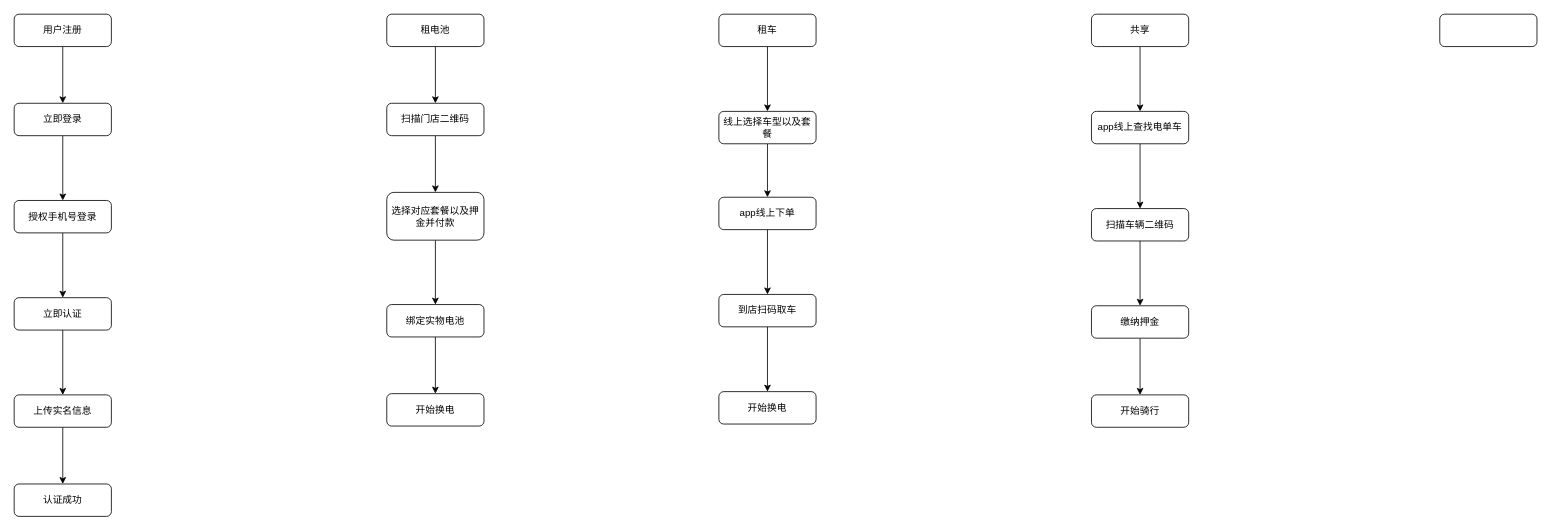
Above: 换电SaaS平台-业务流程图.drawio in vikey5210000/diagrams (draw.io), before the change. Source tidied: cells renumbered, new cells numbered last; positions are measured from the earlier drawing's top-left corner, leaving out a move shared by most shapes. Both pictures are drawn from the tidied source at 81%, with x=0, y=0 at pixel (14, 14).
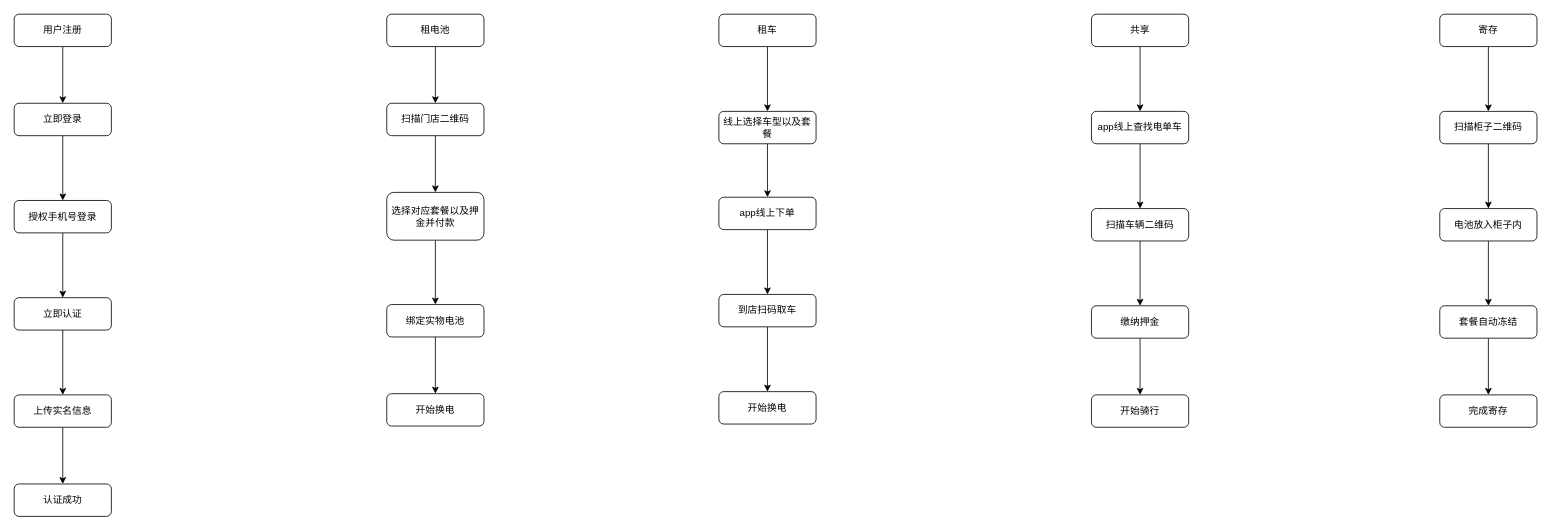
After the change.

Commit message:
寄存业务流程

Diff of the diagram source:
```diff
@@
+    <mxCell id="41" style="edgeStyle=orthogonalEdgeStyle;rounded=0;jettySize=auto;html=1;" parent="1" edge="1" source="40" target="43">
+      <mxGeometry relative="1" as="geometry" />
+    </mxCell>
-    <mxCell id="40" style="rounded=1;whiteSpace=wrap;html=1;" parent="1" vertex="1">
+    <mxCell id="40" value="寄存" style="rounded=1;whiteSpace=wrap;html=1;" parent="1" vertex="1">
       <mxGeometry x="1760" width="120" height="40" as="geometry" />
     </mxCell>
+    <mxCell id="42" style="edgeStyle=orthogonalEdgeStyle;rounded=0;jettySize=auto;html=1;" parent="1" edge="1" source="43" target="45">
+      <mxGeometry relative="1" as="geometry" />
+    </mxCell>
+    <mxCell id="43" value="扫描柜子二维码" style="rounded=1;whiteSpace=wrap;html=1;" parent="1" vertex="1">
+      <mxGeometry x="1760" y="120" width="120" height="40" as="geometry" />
+    </mxCell>
+    <mxCell id="44" style="edgeStyle=orthogonalEdgeStyle;rounded=0;jettySize=auto;html=1;" parent="1" edge="1" source="45" target="47">
+      <mxGeometry relative="1" as="geometry" />
+    </mxCell>
+    <mxCell id="45" value="电池放入柜子内" style="rounded=1;whiteSpace=wrap;html=1;" parent="1" vertex="1">
+      <mxGeometry x="1760" y="240" width="120" height="40" as="geometry" />
+    </mxCell>
+    <mxCell id="46" style="edgeStyle=orthogonalEdgeStyle;rounded=0;jettySize=auto;html=1;" parent="1" edge="1" source="47" target="48">
+      <mxGeometry relative="1" as="geometry" />
+    </mxCell>
+    <mxCell id="47" value="套餐自动冻结" style="rounded=1;whiteSpace=wrap;html=1;" parent="1" vertex="1">
+      <mxGeometry x="1760" y="360" width="120" height="40" as="geometry" />
+    </mxCell>
+    <mxCell id="48" value="完成寄存" style="whiteSpace=wrap;html=1;rounded=1;" parent="1" vertex="1">
+      <mxGeometry x="1760" y="470" width="120" height="40" as="geometry" />
+    </mxCell>
```
